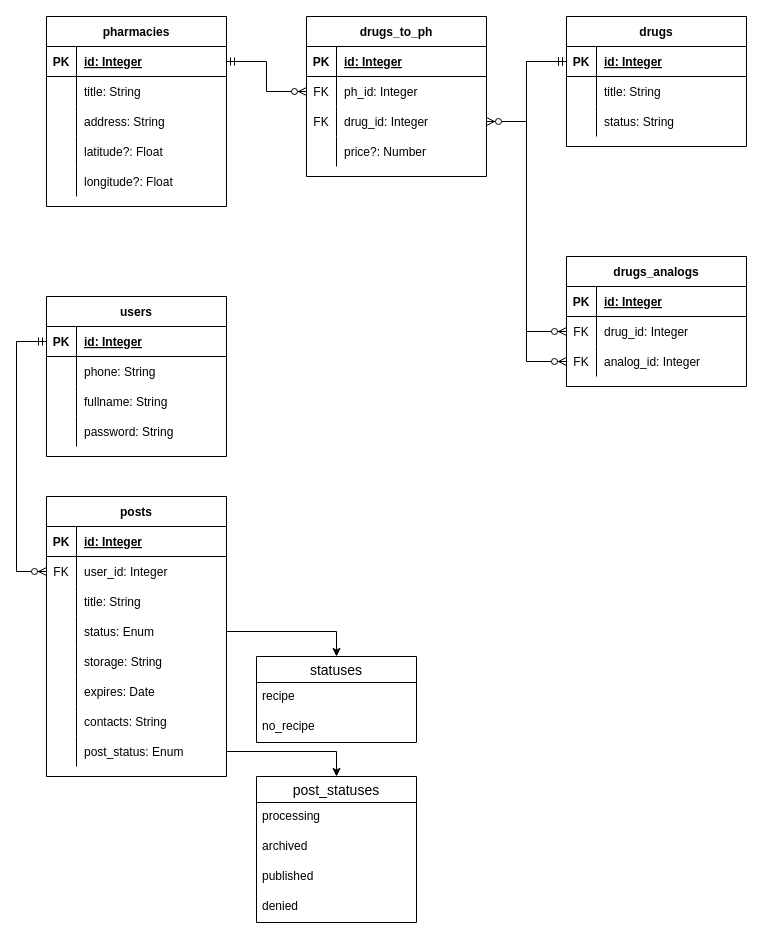
The draw.io diagram src/design.drawio in RayDarar/med-share.db, before the edit. Source tidied: cells renumbered, new cells numbered last; positions are measured from the earlier drawing's top-left corner, leaving out a move shared by most shapes. Both pictures are drawn from the tidied source at 100%, with x=0, y=0 at pixel (16, 16).
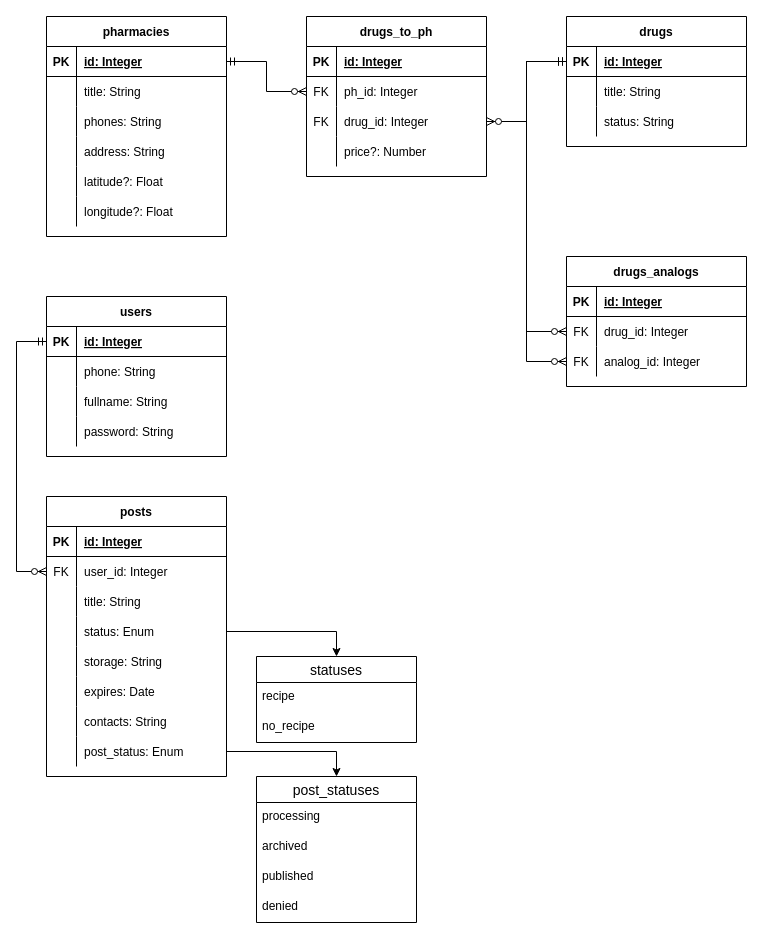
The same page after the edit.

Change to the diagram source:
```diff
@@
     <mxCell id="12" value="pharmacies" style="shape=table;startSize=30;childLayout=tableLayout;rowLines=0;fontStyle=1;align=center;" parent="1" vertex="1">
-      <mxGeometry x="30" width="180" height="190" as="geometry" />
+      <mxGeometry x="30" width="180" height="220" as="geometry" />
     </mxCell>
@@
+    <mxCell id="104" style="shape=partialRectangle;fillColor=none;top=0;left=0;bottom=0;right=0;" parent="12" vertex="1">
+      <mxGeometry y="90" width="180" height="30" as="geometry" />
+    </mxCell>
+    <mxCell id="105" style="shape=partialRectangle;fillColor=none;top=0;left=0;bottom=0;right=0;overflow=hidden;" parent="104" vertex="1">
+      <mxGeometry width="30" height="30" as="geometry" />
+    </mxCell>
+    <mxCell id="106" value="phones: String" style="shape=partialRectangle;fillColor=none;top=0;left=0;bottom=0;right=0;align=left;spacingLeft=6;overflow=hidden;" parent="104" vertex="1">
+      <mxGeometry x="30" width="150" height="30" as="geometry" />
+    </mxCell>
     <mxCell id="19" style="shape=partialRectangle;fillColor=none;top=0;left=0;bottom=0;right=0;" parent="12" vertex="1">
-      <mxGeometry y="90" width="180" height="30" as="geometry" />
+      <mxGeometry y="120" width="180" height="30" as="geometry" />
     </mxCell>
@@
     <mxCell id="22" style="shape=partialRectangle;fillColor=none;top=0;left=0;bottom=0;right=0;" parent="12" vertex="1">
-      <mxGeometry y="120" width="180" height="30" as="geometry" />
+      <mxGeometry y="150" width="180" height="30" as="geometry" />
     </mxCell>
@@
     <mxCell id="25" style="shape=partialRectangle;fillColor=none;top=0;left=0;bottom=0;right=0;" parent="12" vertex="1">
-      <mxGeometry y="150" width="180" height="30" as="geometry" />
+      <mxGeometry y="180" width="180" height="30" as="geometry" />
     </mxCell>
```
